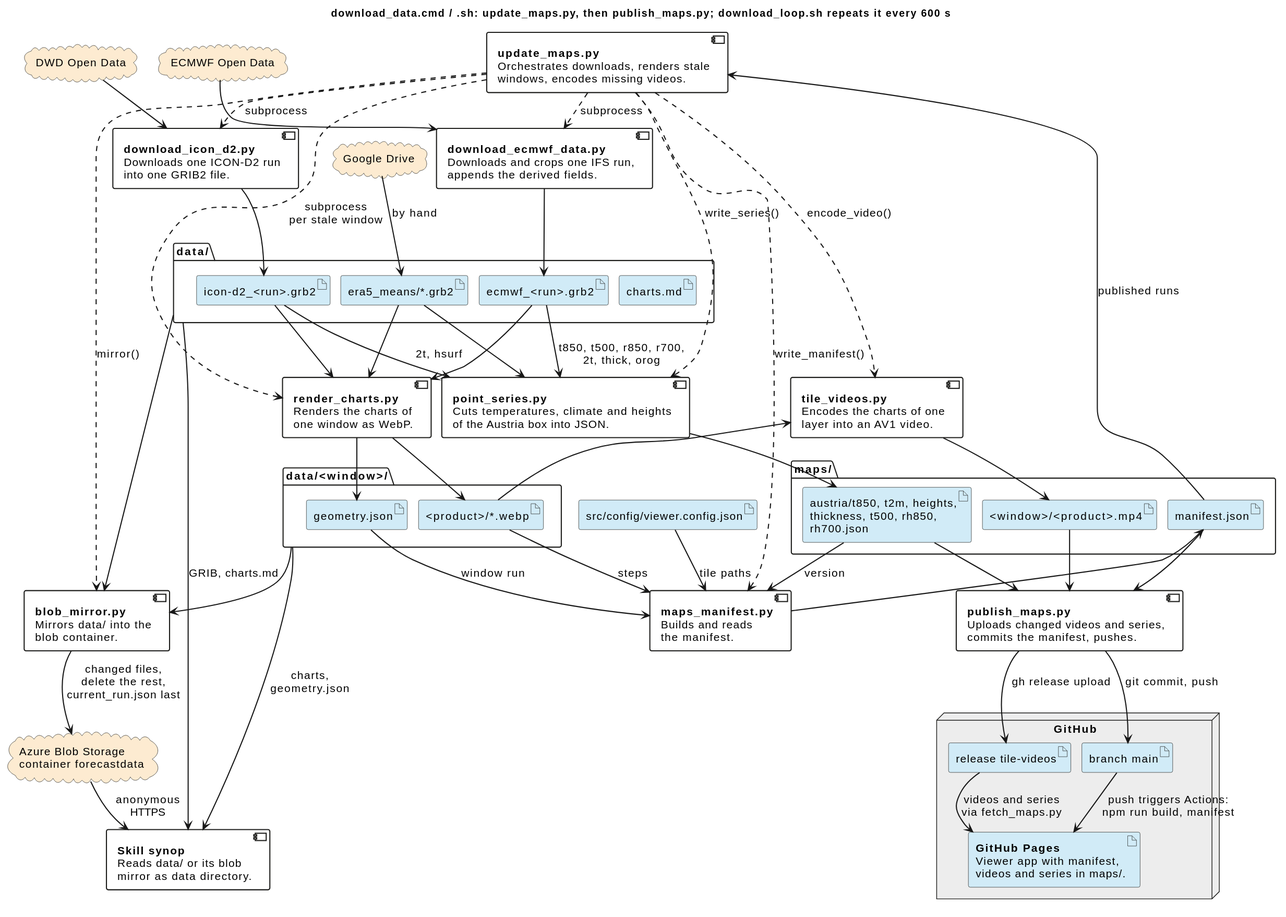
The PlantUML diagram docs/pipeline.svg in schletz/wetterkartenviewer, before a commit.
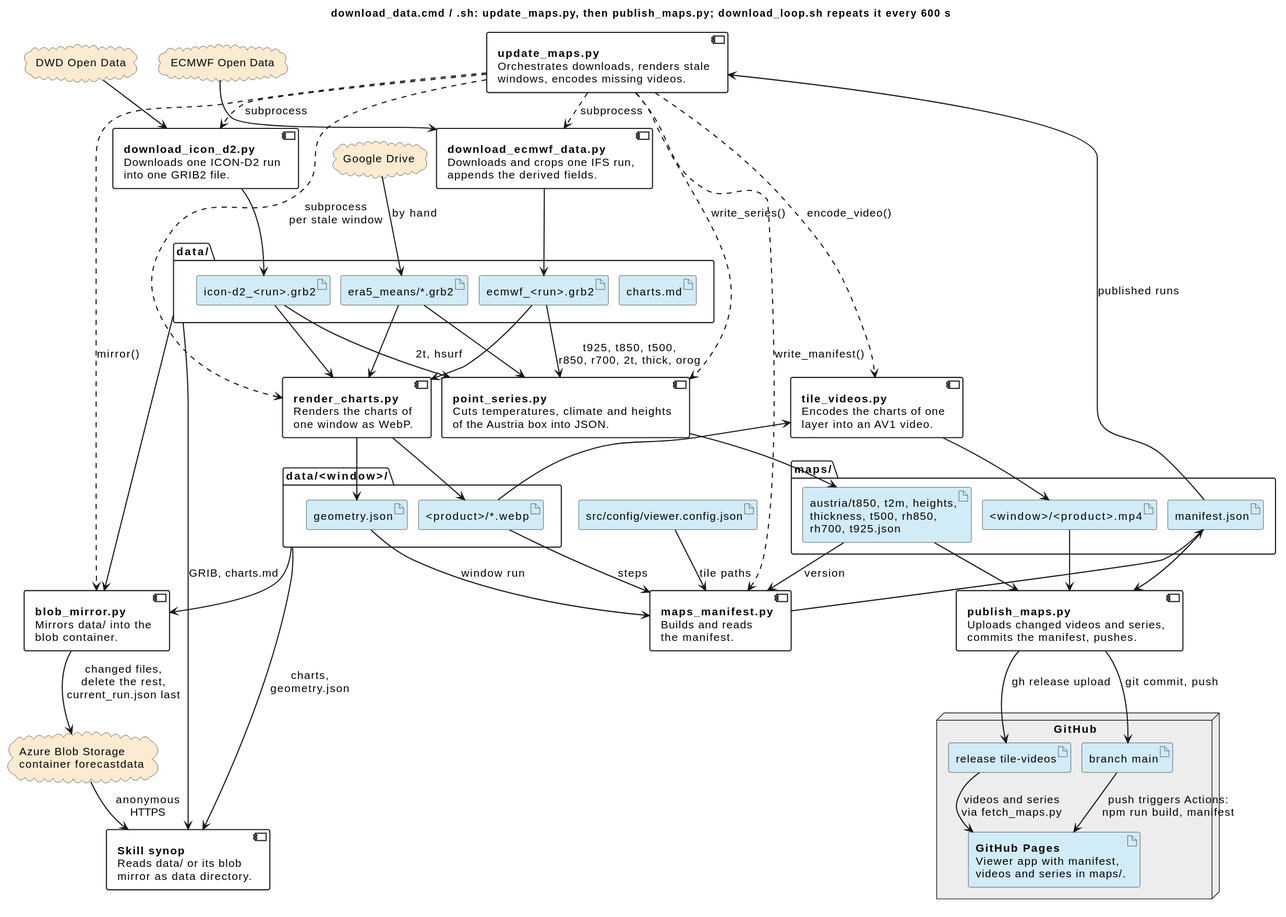
Later version of the same file.

Commit message:
Add ECMWF T925 as a thin grey line to the T2m panel

Change to the diagram source:
```diff
@@ -108,7 +108,7 @@
 }
 folder "maps/" {
  artifact "<window>/<product>.mp4" as videos
- artifact "austria/t850, t2m, heights,\nthickness, t500, rh850,\nrh700.json" as series
+ artifact "austria/t850, t2m, heights,\nthickness, t500, rh850,\nrh700, t925.json" as series
  artifact "manifest.json" as manifest
 }
 artifact "src/config/viewer.config.json" as config
@@ -140,7 +140,7 @@
 render_charts --> geometry
 charts --> tile_videos
 tile_videos --> videos
-ecmwf_grib --> point_series : t850, t500, r850, r700,\n2t, thick, orog
+ecmwf_grib --> point_series : t925, t850, t500,\nr850, r700, 2t, thick, orog
 icon_grib --> point_series : 2t, hsurf
 era5 --> point_series
 point_series --> series
```
